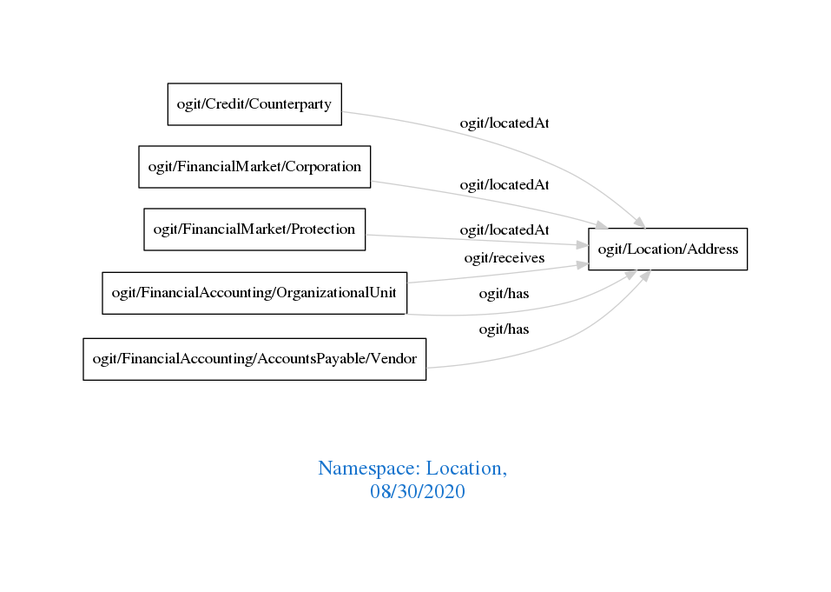
The Graphviz diagram downloads/Location.png in arago/OGIT, before a commit. Its source is kept beside it as downloads/Location.dot. Its diagram source:
```dot
digraph OGIT_ontology {
 graph [ rankdir= LR,pad=1
fontsize = 18,
fontcolor= dodgerblue3,label = "\n\n\nNamespace: Location, \n 08/30/2020"];
node[shape=polygon];
edge [  color="gray81"];

   "ogit/Credit/Counterparty" -> "ogit/Location/Address" [label="   ogit/locatedAt    "];
   "ogit/FinancialMarket/Corporation" -> "ogit/Location/Address" [label="   ogit/locatedAt    "];
   "ogit/FinancialMarket/Protection" -> "ogit/Location/Address" [label="   ogit/locatedAt    "];
   "ogit/FinancialAccounting/OrganizationalUnit" -> "ogit/Location/Address" [label="   ogit/receives    "];
   "ogit/FinancialAccounting/AccountsPayable/Vendor" -> "ogit/Location/Address" [label="   ogit/has    "];
   "ogit/FinancialAccounting/OrganizationalUnit" -> "ogit/Location/Address" [label="   ogit/has    "];
}
```
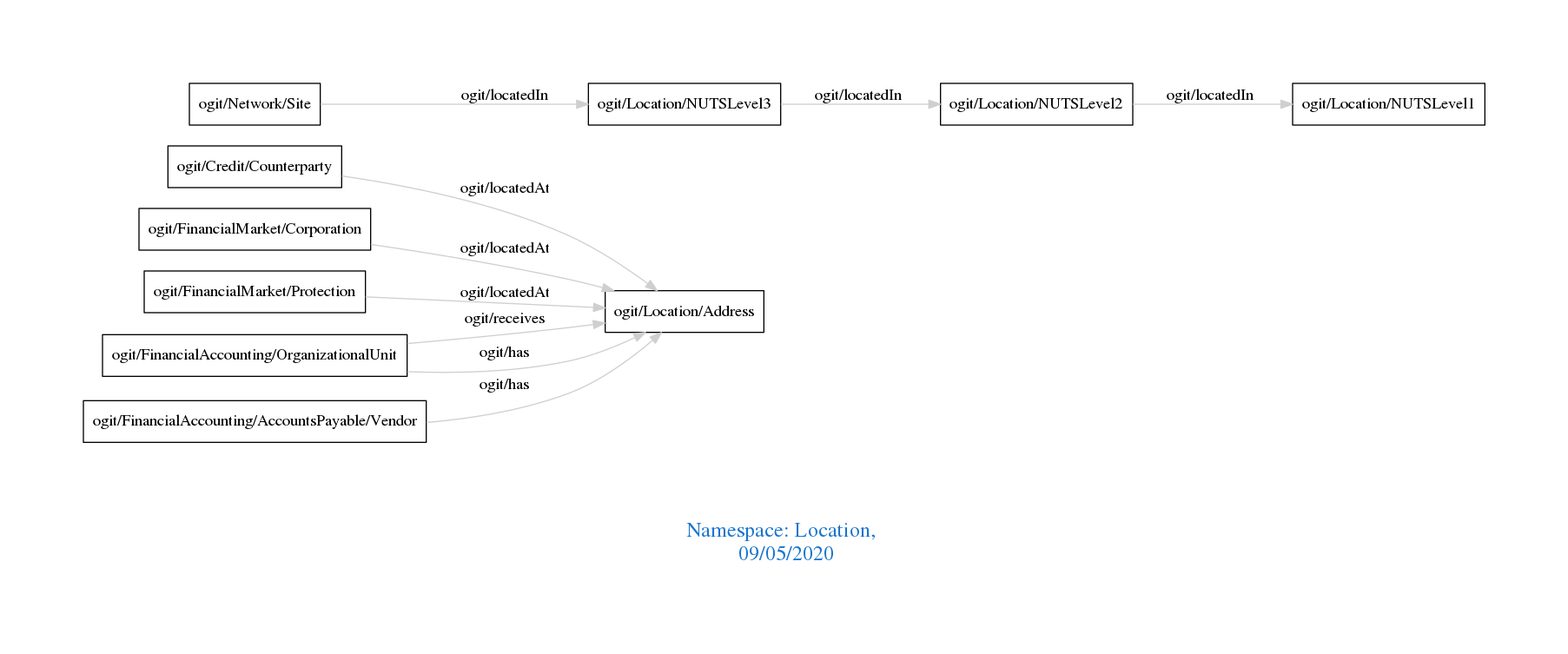
Above is the later version.

The edit, as a diff of the source:
```diff
@@ -1,13 +1,16 @@
 digraph OGIT_ontology {
  graph [ rankdir= LR,pad=1
 fontsize = 18,
-fontcolor= dodgerblue3,label = "\n\n\nNamespace: Location, \n 08/30/2020"];
+fontcolor= dodgerblue3,label = "\n\n\nNamespace: Location, \n 09/05/2020"];
 node[shape=polygon];
 edge [  color="gray81"];
 
    "ogit/Credit/Counterparty" -> "ogit/Location/Address" [label="   ogit/locatedAt    "];
    "ogit/FinancialMarket/Corporation" -> "ogit/Location/Address" [label="   ogit/locatedAt    "];
    "ogit/FinancialMarket/Protection" -> "ogit/Location/Address" [label="   ogit/locatedAt    "];
+   "ogit/Location/NUTSLevel2" -> "ogit/Location/NUTSLevel1" [label="   ogit/locatedIn    "];
+   "ogit/Location/NUTSLevel3" -> "ogit/Location/NUTSLevel2" [label="   ogit/locatedIn    "];
+   "ogit/Network/Site" -> "ogit/Location/NUTSLevel3" [label="   ogit/locatedIn    "];
    "ogit/FinancialAccounting/OrganizationalUnit" -> "ogit/Location/Address" [label="   ogit/receives    "];
    "ogit/FinancialAccounting/AccountsPayable/Vendor" -> "ogit/Location/Address" [label="   ogit/has    "];
    "ogit/FinancialAccounting/OrganizationalUnit" -> "ogit/Location/Address" [label="   ogit/has    "];
```
